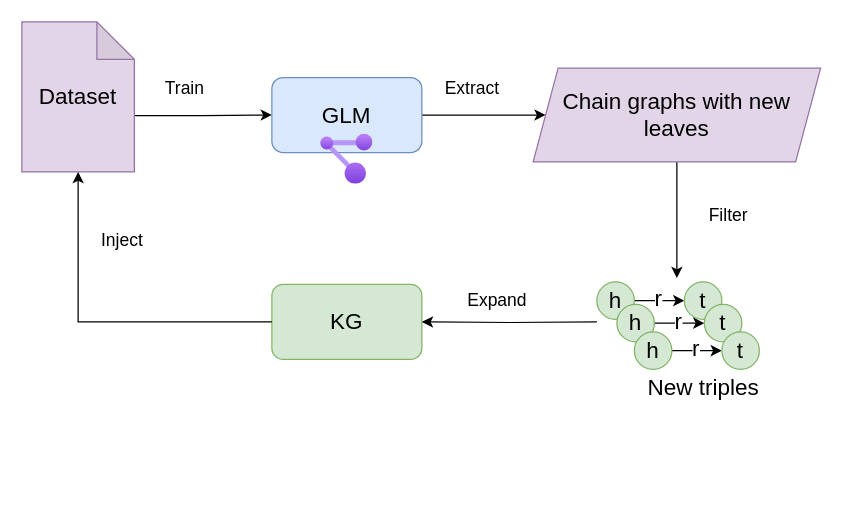
Before: page "Page-1" (1 of 2) of presentations/Untitled Diagram.drawio in across-stars/draw.io, a draw.io diagram. Source tidied: cells renumbered, new cells numbered last; positions are measured from the earlier drawing's top-left corner, leaving out a move shared by most shapes. Both pictures are drawn from the tidied source at 125%, with x=0, y=0 at pixel (21, 21).
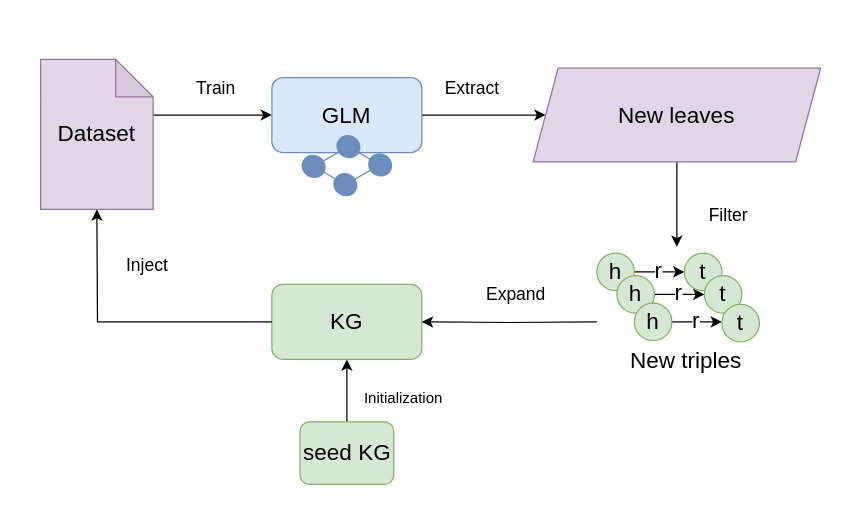
The same diagram, later.

Unchanged cells that the change refers to:
```xml
<mxCell id="5" value="&lt;font style=&quot;font-size: 18px;&quot;&gt;GLM&lt;/font&gt;" style="rounded=1;whiteSpace=wrap;html=1;fillColor=#dae8fc;strokeColor=#6c8ebf;" parent="1" vertex="1">
  <mxGeometry x="200" y="44.5" width="120" height="60" as="geometry" />
</mxCell>
<mxCell id="6" value="&lt;font style=&quot;font-size: 18px;&quot;&gt;KG&lt;/font&gt;" style="rounded=1;whiteSpace=wrap;html=1;fillColor=#d5e8d4;strokeColor=#82b366;" parent="1" vertex="1">
  <mxGeometry x="200" y="210" width="120" height="60" as="geometry" />
</mxCell>
```

Change to the diagram source:
```diff
@@
-    <mxCell id="2" style="edgeStyle=orthogonalEdgeStyle;rounded=0;jettySize=auto;html=1;exitX=0;exitY=0;exitDx=90;exitDy=75;exitPerimeter=0;entryX=0;entryY=0.5;entryDx=0;entryDy=0;" parent="1" edge="1" source="3" target="5">
+    <mxCell id="2" style="edgeStyle=orthogonalEdgeStyle;rounded=0;jettySize=auto;html=1;entryX=0;entryY=0.5;entryDx=0;entryDy=0;exitX=0.989;exitY=0.371;exitDx=0;exitDy=0;exitPerimeter=0;" parent="1" edge="1" source="3" target="5">
       <mxGeometry relative="1" as="geometry" />
     </mxCell>
     <mxCell id="3" value="&lt;font style=&quot;font-size: 18px;&quot;&gt;Dataset&lt;/font&gt;" style="shape=note;whiteSpace=wrap;html=1;backgroundOutline=1;darkOpacity=0.05;fillColor=#e1d5e7;strokeColor=#9673a6;" parent="1" vertex="1">
-      <mxGeometry width="90" height="120" as="geometry" />
+      <mxGeometry x="15" y="30" width="90" height="120" as="geometry" />
     </mxCell>
@@
-    <mxCell id="7" style="edgeStyle=orthogonalEdgeStyle;rounded=0;jettySize=auto;html=1;exitX=0.5;exitY=1;exitDx=0;exitDy=0;entryX=0.5;entryY=0;entryDx=0;entryDy=0;" parent="1" edge="1" source="8">
+    <mxCell id="7" style="edgeStyle=orthogonalEdgeStyle;rounded=0;jettySize=auto;html=1;exitX=0.5;exitY=1;exitDx=0;exitDy=0;" parent="1" edge="1" source="8">
       <mxGeometry relative="1" as="geometry">
-        <mxPoint x="524" y="205" as="targetPoint" />
+        <mxPoint x="524" y="180" as="targetPoint" />
       </mxGeometry>
     </mxCell>
-    <mxCell id="8" value="&lt;font style=&quot;font-size: 18px;&quot;&gt;Chain graphs with new leaves&lt;/font&gt;" style="shape=parallelogram;perimeter=parallelogramPerimeter;whiteSpace=wrap;html=1;fixedSize=1;fillColor=#e1d5e7;strokeColor=#9673a6;" parent="1" vertex="1">
+    <mxCell id="8" value="&lt;font style=&quot;font-size: 18px;&quot;&gt;New leaves&lt;/font&gt;" style="shape=parallelogram;perimeter=parallelogramPerimeter;whiteSpace=wrap;html=1;fixedSize=1;fillColor=#e1d5e7;strokeColor=#9673a6;" parent="1" vertex="1">
       <mxGeometry x="409" y="37" width="230" height="75" as="geometry" />
     </mxCell>
@@
     <mxCell id="10" value="&lt;font style=&quot;font-size: 14px;&quot;&gt;Train&lt;/font&gt;" style="text;html=1;align=center;verticalAlign=middle;strokeColor=none;fillColor=none;" parent="1" vertex="1">
-      <mxGeometry x="105" y="38" width="50" height="30" as="geometry" />
+      <mxGeometry x="130" y="38" width="50" height="30" as="geometry" />
     </mxCell>
@@
     <mxCell id="13" value="&lt;font style=&quot;font-size: 14px;&quot;&gt;Expand&lt;/font&gt;" style="text;html=1;align=center;verticalAlign=middle;strokeColor=none;fillColor=none;" parent="1" vertex="1">
-      <mxGeometry x="345" y="208" width="70" height="30" as="geometry" />
+      <mxGeometry x="360" y="203" width="70" height="30" as="geometry" />
     </mxCell>
-    <mxCell id="14" style="edgeStyle=orthogonalEdgeStyle;rounded=0;jettySize=auto;html=1;exitX=0;exitY=0.5;exitDx=0;exitDy=0;entryX=0.5;entryY=1;entryDx=0;entryDy=0;entryPerimeter=0;" parent="1" edge="1" source="6" target="3">
-      <mxGeometry relative="1" as="geometry" />
+    <mxCell id="14" style="edgeStyle=orthogonalEdgeStyle;rounded=0;jettySize=auto;html=1;exitX=0;exitY=0.5;exitDx=0;exitDy=0;" parent="1" edge="1" source="6">
+      <mxGeometry relative="1" as="geometry">
+        <mxPoint x="60" y="150" as="targetPoint" />
+      </mxGeometry>
     </mxCell>
     <mxCell id="15" value="&lt;font style=&quot;font-size: 14px;&quot;&gt;Inject&lt;/font&gt;" style="text;html=1;align=center;verticalAlign=middle;strokeColor=none;fillColor=none;" parent="1" vertex="1">
-      <mxGeometry x="50" y="160" width="60" height="30" as="geometry" />
+      <mxGeometry x="70" y="180" width="60" height="30" as="geometry" />
     </mxCell>
-    <mxCell id="16" style="image;html=1;align=center;fontSize=12;image=img/lib/azure2/management_governance/Resource_Graph_Explorer.svg;" parent="1" vertex="1">
-      <mxGeometry x="239.1" y="90" width="41.9" height="40" as="geometry" />
-    </mxCell>
@@
     <mxCell id="19" value="&lt;font style=&quot;font-size: 18px;&quot;&gt;h&lt;/font&gt;" style="ellipse;whiteSpace=wrap;html=1;fillColor=#d5e8d4;strokeColor=#82b366;" parent="1" vertex="1">
-      <mxGeometry x="460" y="208" width="30" height="30" as="geometry" />
+      <mxGeometry x="460" y="185" width="30" height="30" as="geometry" />
     </mxCell>
     <mxCell id="20" value="&lt;font style=&quot;font-size: 18px;&quot;&gt;t&lt;/font&gt;" style="ellipse;whiteSpace=wrap;html=1;fillColor=#d5e8d4;strokeColor=#82b366;" parent="1" vertex="1">
-      <mxGeometry x="530" y="208" width="30" height="30" as="geometry" />
+      <mxGeometry x="530" y="185" width="30" height="30" as="geometry" />
     </mxCell>
@@
     <mxCell id="23" value="&lt;font style=&quot;font-size: 18px;&quot;&gt;h&lt;/font&gt;" style="ellipse;whiteSpace=wrap;html=1;fillColor=#d5e8d4;strokeColor=#82b366;" parent="1" vertex="1">
-      <mxGeometry x="476" y="226" width="30" height="30" as="geometry" />
+      <mxGeometry x="476" y="203" width="30" height="30" as="geometry" />
     </mxCell>
     <mxCell id="24" value="&lt;font style=&quot;font-size: 18px;&quot;&gt;t&lt;/font&gt;" style="ellipse;whiteSpace=wrap;html=1;fillColor=#d5e8d4;strokeColor=#82b366;" parent="1" vertex="1">
-      <mxGeometry x="546" y="226" width="30" height="30" as="geometry" />
+      <mxGeometry x="546" y="203" width="30" height="30" as="geometry" />
     </mxCell>
-    <mxCell id="25" style="edgeStyle=orthogonalEdgeStyle;rounded=0;jettySize=auto;html=1;exitX=1;exitY=0.5;exitDx=0;exitDy=0;entryX=0;entryY=0.5;entryDx=0;entryDy=0;endArrow=classic;endFill=1;" parent="1" edge="1" source="27" target="28">
-      <mxGeometry relative="1" as="geometry" />
+    <mxCell id="25" style="edgeStyle=orthogonalEdgeStyle;rounded=0;jettySize=auto;html=1;exitX=1;exitY=0.5;exitDx=0;exitDy=0;entryX=0;entryY=0.5;entryDx=0;entryDy=0;endArrow=classic;endFill=1;" parent="1" edge="1" source="27">
+      <mxGeometry relative="1" as="geometry">
+        <mxPoint x="560" y="240" as="targetPoint" />
+      </mxGeometry>
     </mxCell>
@@
     <mxCell id="27" value="&lt;font style=&quot;font-size: 18px;&quot;&gt;h&lt;/font&gt;" style="ellipse;whiteSpace=wrap;html=1;fillColor=#d5e8d4;strokeColor=#82b366;" parent="1" vertex="1">
-      <mxGeometry x="490" y="248" width="30" height="30" as="geometry" />
+      <mxGeometry x="490" y="225" width="30" height="30" as="geometry" />
     </mxCell>
     <mxCell id="28" value="&lt;font style=&quot;font-size: 18px;&quot;&gt;t&lt;/font&gt;" style="ellipse;whiteSpace=wrap;html=1;fillColor=#d5e8d4;strokeColor=#82b366;" parent="1" vertex="1">
-      <mxGeometry x="560" y="248" width="30" height="30" as="geometry" />
+      <mxGeometry x="560" y="226" width="30" height="30" as="geometry" />
     </mxCell>
     <mxCell id="29" value="&lt;font style=&quot;font-size: 18px;&quot;&gt;New triples&lt;/font&gt;" style="text;html=1;align=center;verticalAlign=middle;strokeColor=none;fillColor=none;" parent="1" vertex="1">
-      <mxGeometry x="490" y="278" width="110" height="30" as="geometry" />
+      <mxGeometry x="476" y="256" width="110" height="30" as="geometry" />
     </mxCell>
+    <mxCell id="30" style="html=1;whiteSpace=wrap;fillColor=#dae8fc;shape=mxgraph.archimate3.network;strokeColor=#6c8ebf;rotation=30;" parent="1" vertex="1">
+      <mxGeometry x="227.5" y="90" width="65" height="50" as="geometry" />
+    </mxCell>
+    <mxCell id="31" style="edgeStyle=orthogonalEdgeStyle;rounded=0;jettySize=auto;html=1;exitX=0.5;exitY=0;exitDx=0;exitDy=0;entryX=0.5;entryY=1;entryDx=0;entryDy=0;" parent="1" edge="1" source="32" target="6">
+      <mxGeometry relative="1" as="geometry" />
+    </mxCell>
+    <mxCell id="32" value="&lt;font style=&quot;font-size: 18px;&quot;&gt;seed KG&lt;/font&gt;" style="rounded=1;whiteSpace=wrap;html=1;fillColor=#d5e8d4;strokeColor=#82b366;" parent="1" vertex="1">
+      <mxGeometry x="222.5" y="320" width="75" height="50" as="geometry" />
+    </mxCell>
+    <mxCell id="33" value="Initialization" style="text;html=1;align=center;verticalAlign=middle;strokeColor=none;fillColor=none;" parent="1" vertex="1">
+      <mxGeometry x="260" y="286" width="90" height="30" as="geometry" />
+    </mxCell>
```
